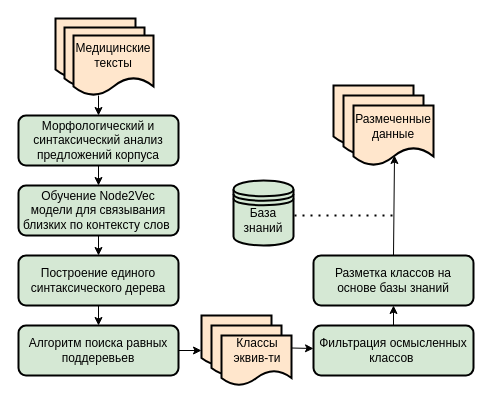
varvarakoshman/structuringAnalyzingMedicalRecords keeps this draw.io diagram as medicalTextTrees/Untitled Diagram.drawio. Above is the earlier version. Source tidied: cells renumbered, new cells numbered last; positions are measured from the earlier drawing's top-left corner, leaving out a move shared by most shapes. Both pictures are drawn from the tidied source at 100%, with x=0, y=0 at pixel (18, 18).
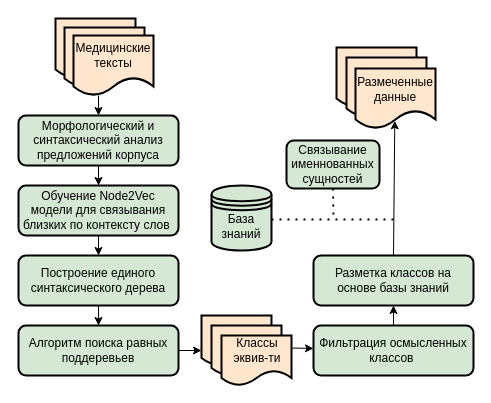
The same page after the edit.

Unchanged cells that the change refers to:
```xml
<mxCell id="22" value="Разметка классов на основе базы знаний" style="rounded=1;whiteSpace=wrap;html=1;fillColor=#d5e8d4;strokeWidth=2;" parent="1" vertex="1">
  <mxGeometry x="295" y="237" width="160" height="50" as="geometry" />
</mxCell>
```

What changed in the source:
```diff
@@
     <mxCell id="23" style="shape=document;whiteSpace=wrap;html=1;boundedLbl=1;fillColor=#ffe6cc;perimeterSpacing=4;strokeWidth=2;" parent="1" vertex="1">
-      <mxGeometry x="315" y="67" width="80" height="60" as="geometry" />
+      <mxGeometry x="318" y="29" width="80" height="60" as="geometry" />
     </mxCell>
     <mxCell id="24" style="shape=document;whiteSpace=wrap;html=1;boundedLbl=1;fillColor=#ffe6cc;perimeterSpacing=4;strokeWidth=2;" parent="1" vertex="1">
-      <mxGeometry x="325" y="77" width="80" height="60" as="geometry" />
+      <mxGeometry x="328" y="39" width="80" height="60" as="geometry" />
     </mxCell>
     <mxCell id="25" value="&amp;nbsp;Размеченные&amp;nbsp;&lt;br&gt;данные" style="shape=document;whiteSpace=wrap;html=1;boundedLbl=1;fillColor=#ffe6cc;perimeterSpacing=4;strokeWidth=2;" parent="1" vertex="1">
-      <mxGeometry x="335" y="87" width="80" height="60" as="geometry" />
+      <mxGeometry x="337" y="50" width="80" height="60" as="geometry" />
     </mxCell>
-    <mxCell id="26" style="endArrow=classic;html=1;exitX=0.5;exitY=0;exitDx=0;exitDy=0;" parent="1" edge="1" source="22">
-      <mxGeometry relative="1" as="geometry">
-        <mxPoint x="376" y="137" as="targetPoint" />
-      </mxGeometry>
+    <mxCell id="26" style="endArrow=classic;html=1;exitX=0.5;exitY=0;exitDx=0;exitDy=0;entryX=0.492;entryY=0.828;entryDx=0;entryDy=0;entryPerimeter=0;" parent="1" edge="1" source="22" target="25">
+      <mxGeometry relative="1" as="geometry" />
     </mxCell>
     <mxCell id="27" style="shape=datastore;whiteSpace=wrap;html=1;strokeWidth=2;fillColor=#d5e8d4;" parent="1" vertex="1">
-      <mxGeometry x="215" y="162" width="60" height="65" as="geometry" />
+      <mxGeometry x="193" y="167" width="60" height="65" as="geometry" />
     </mxCell>
     <mxCell id="28" style="endArrow=none;dashed=1;html=1;dashPattern=1 3;strokeWidth=2;" parent="1" edge="1">
       <mxGeometry relative="1" as="geometry">
-        <mxPoint x="276" y="197" as="sourcePoint" />
-        <mxPoint x="375" y="197" as="targetPoint" />
+        <mxPoint x="253" y="201" as="sourcePoint" />
+        <mxPoint x="378" y="201" as="targetPoint" />
       </mxGeometry>
     </mxCell>
     <mxCell id="29" value="База знаний" style="text;html=1;strokeColor=none;fillColor=none;align=center;verticalAlign=middle;whiteSpace=wrap;rounded=0;" parent="1" vertex="1">
-      <mxGeometry x="220" y="187" width="50" height="30" as="geometry" />
+      <mxGeometry x="198" y="193" width="50" height="30" as="geometry" />
     </mxCell>
+    <mxCell id="30" value="Связывание именнованных сущностей" style="rounded=1;whiteSpace=wrap;html=1;fillColor=#d5e8d4;strokeWidth=2;" parent="1" vertex="1">
+      <mxGeometry x="268" y="122" width="93" height="48" as="geometry" />
+    </mxCell>
+    <mxCell id="31" style="endArrow=none;dashed=1;html=1;dashPattern=1 3;strokeWidth=2;exitX=0.5;exitY=1;exitDx=0;exitDy=0;" parent="1" edge="1" source="30">
+      <mxGeometry relative="1" as="geometry">
+        <mxPoint x="315" y="201" as="targetPoint" />
+      </mxGeometry>
+    </mxCell>
```
